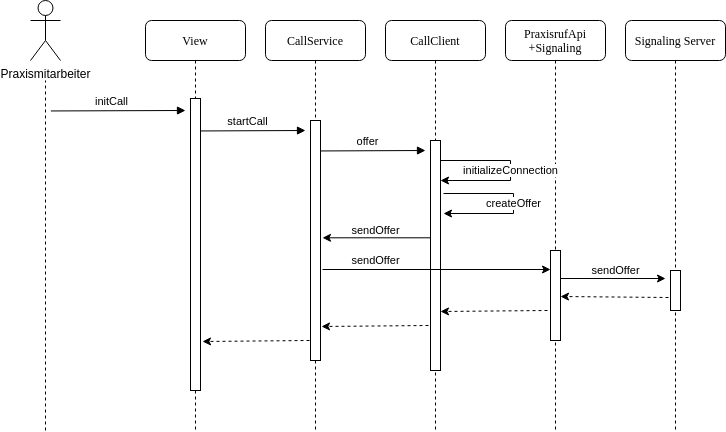
The draw.io diagram src/graphics/diagramms/Sequence_MobileClient_Caller_Signaling.drawio.png in jsvilling/IP6_Bachelorarbeit_Bericht_Cloudbasiertes_Praxisrufsystem, before a commit. Source tidied: cells renumbered, new cells last; positions are measured from the earlier drawing's top-left corner, leaving out a move shared by most shapes.
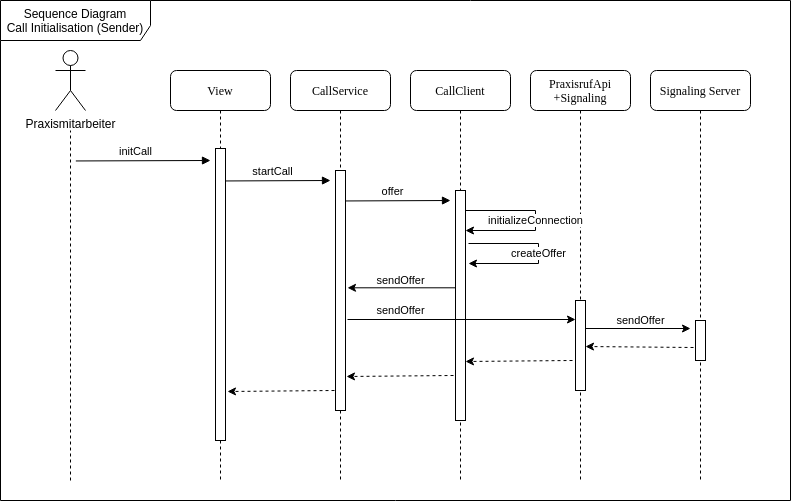
After the commit.

Commit message:
Add diagram Frames for UML

What changed in the source:
```diff
@@ -120,5 +120,8 @@
         <mxPoint x="172" y="341" as="targetPoint" />
       </mxGeometry>
     </mxCell>
+    <mxCell id="26" value="Sequence Diagram&lt;br&gt;Call Initialisation (Sender)" style="shape=umlFrame;whiteSpace=wrap;html=1;width=150;height=40;" parent="1" vertex="1">
+      <mxGeometry x="-55" y="-50" width="790" height="500" as="geometry" />
+    </mxCell>
   </root>
 </mxGraphModel>
```
